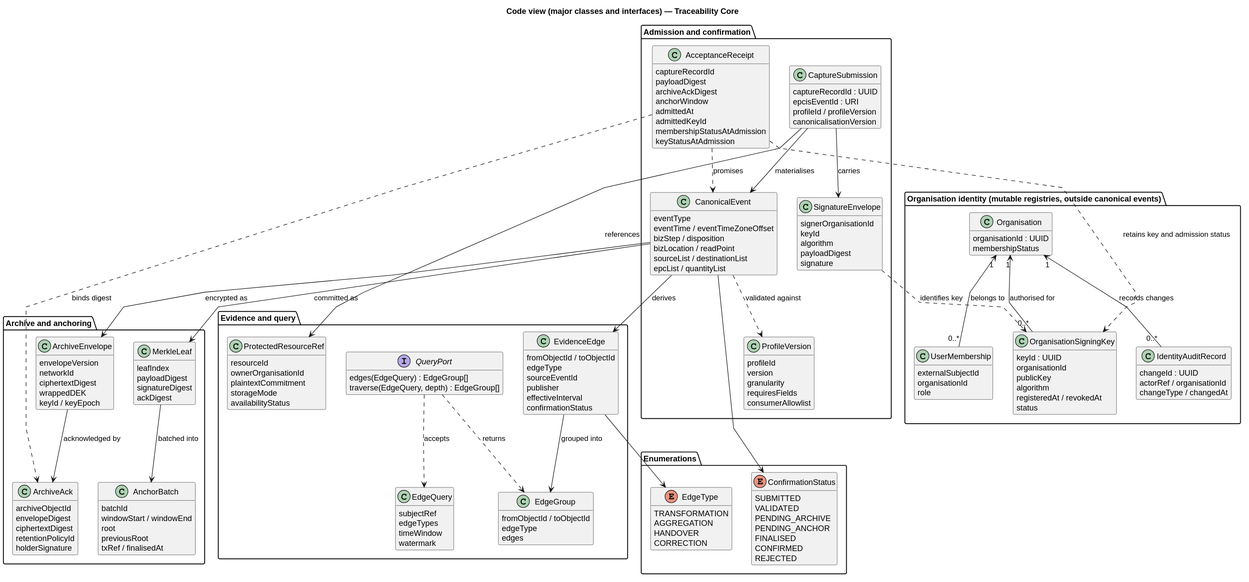
Before: docs/public/diagrams/core-code.svg, a diagram exported from PlantUML (kuangshen04/48433assignment).
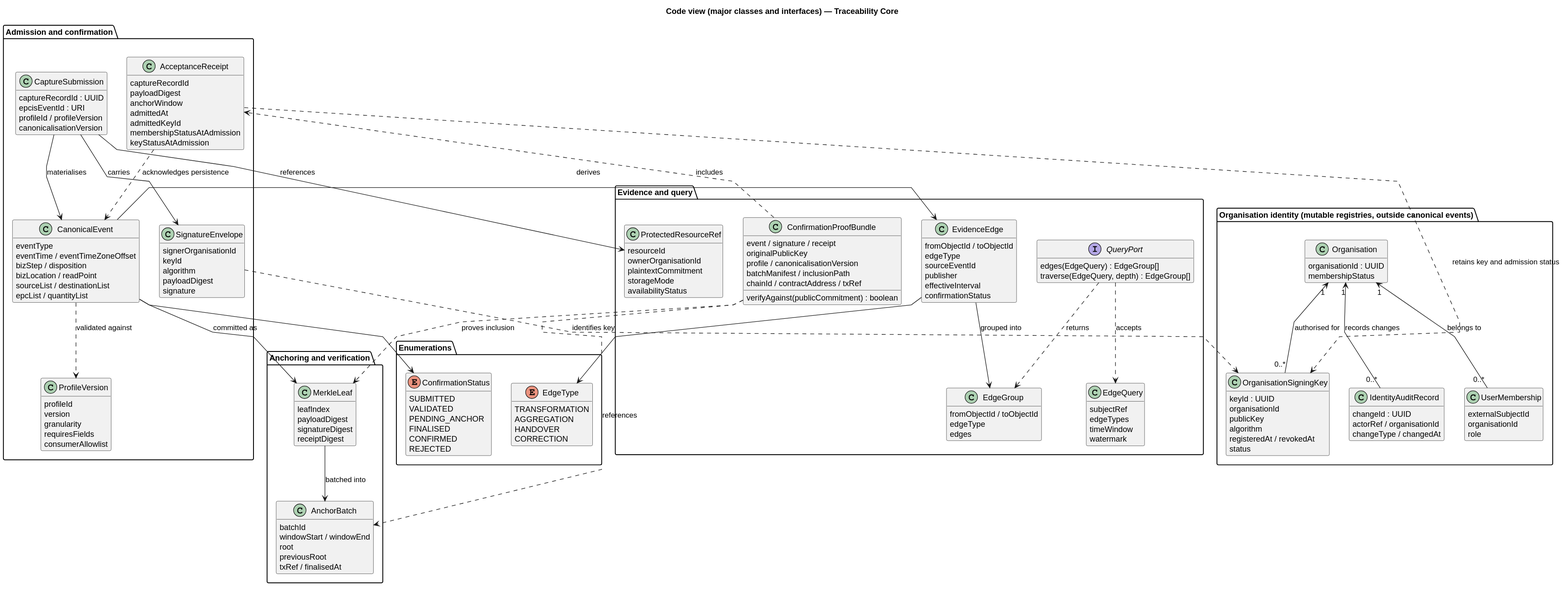
The same file after the commit.

What changed in the source:
```diff
@@ -37,7 +37,6 @@
   class AcceptanceReceipt {
     captureRecordId
     payloadDigest
-    archiveAckDigest
     anchorWindow
     admittedAt
     admittedKeyId
@@ -46,26 +45,12 @@
   }
 }
 
-package "Archive and anchoring" {
-  class ArchiveEnvelope {
-    envelopeVersion
-    networkId
-    ciphertextDigest
-    wrappedDEK
-    keyId / keyEpoch
-  }
-  class ArchiveAck {
-    archiveObjectId
-    envelopeDigest
-    ciphertextDigest
-    retentionPolicyId
-    holderSignature
-  }
+package "Anchoring and verification" {
   class MerkleLeaf {
     leafIndex
     payloadDigest
     signatureDigest
-    ackDigest
+    receiptDigest
   }
   class AnchorBatch {
     batchId
@@ -77,6 +62,14 @@
 }
 
 package "Evidence and query" {
+  class ConfirmationProofBundle {
+    event / signature / receipt
+    originalPublicKey
+    profile / canonicalisationVersion
+    batchManifest / inclusionPath
+    chainId / contractAddress / txRef
+    verifyAgainst(publicCommitment) : boolean
+  }
   class EvidenceEdge {
     fromObjectId / toObjectId
     edgeType
@@ -138,7 +131,6 @@
   enum ConfirmationStatus {
     SUBMITTED
     VALIDATED
-    PENDING_ARCHIVE
     PENDING_ANCHOR
     FINALISED
     CONFIRMED
@@ -156,16 +148,13 @@
 CaptureSubmission --> ProtectedResourceRef : references
 CaptureSubmission --> CanonicalEvent : materialises
 CanonicalEvent ..> ProfileVersion : validated against
-CanonicalEvent --> ArchiveEnvelope : encrypted as
-ArchiveEnvelope --> ArchiveAck : acknowledged by
 CanonicalEvent --> MerkleLeaf : committed as
 MerkleLeaf --> AnchorBatch : batched into
 CanonicalEvent --> EvidenceEdge : derives
 EvidenceEdge --> EdgeGroup : grouped into
 QueryPort ..> EdgeQuery : accepts
 QueryPort ..> EdgeGroup : returns
-AcceptanceReceipt ..> ArchiveAck : binds digest
-AcceptanceReceipt ..> CanonicalEvent : promises
+AcceptanceReceipt ..> CanonicalEvent : acknowledges persistence
 CanonicalEvent --> ConfirmationStatus
 EvidenceEdge --> EdgeType
 
@@ -174,4 +163,8 @@
 Organisation "1" <-- "0..*" IdentityAuditRecord : records changes
 SignatureEnvelope ..> OrganisationSigningKey : identifies key
 AcceptanceReceipt ..> OrganisationSigningKey : retains key and admission status
+
+ConfirmationProofBundle ..> AcceptanceReceipt : includes
+ConfirmationProofBundle ..> AnchorBatch : references
+ConfirmationProofBundle ..> MerkleLeaf : proves inclusion
 @enduml
```
